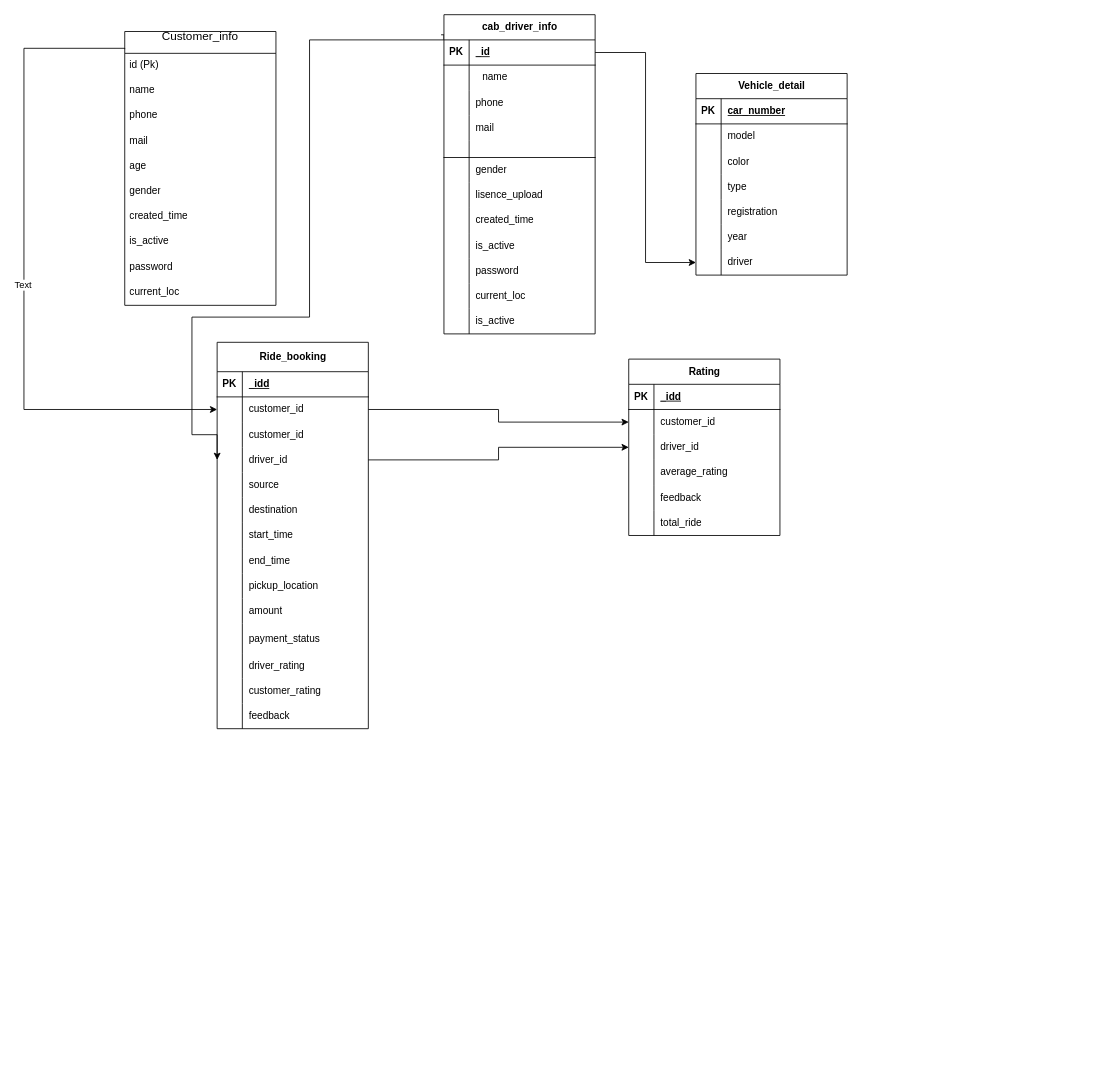
Gauravkr07/sawari_gari-cab-service keeps this draw.io diagram as Untitled Diagram.drawio. Above is the earlier version. Source tidied: cells renumbered, new cells numbered last; positions are measured from the earlier drawing's top-left corner, leaving out a move shared by most shapes. Both pictures are drawn from the tidied source at 84%, with x=0, y=0 at pixel (24, 14). Pictures stored in the file or linked from it are replaced by grey dashed boxes.
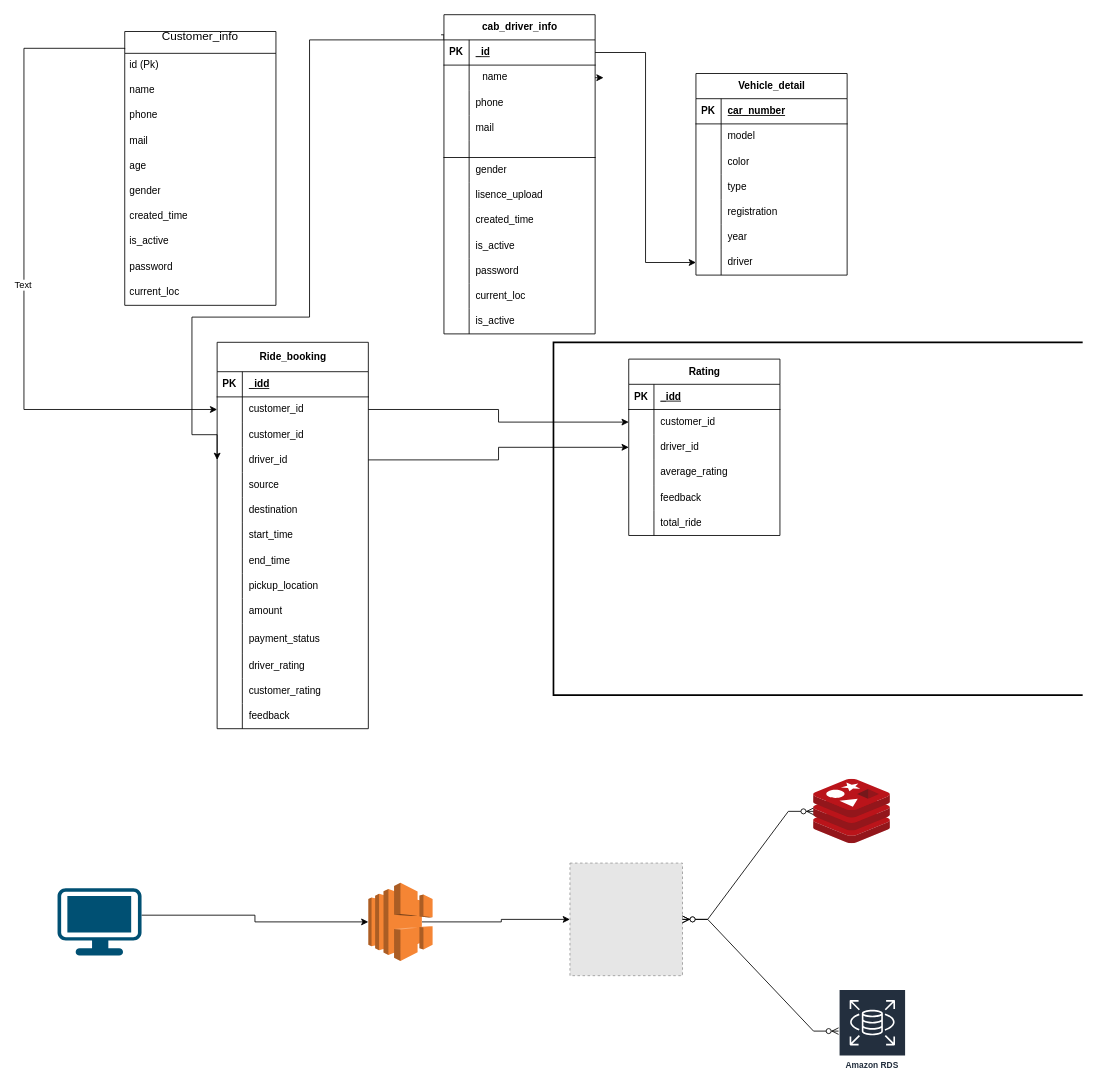
The same page after the edit.

The change refers to these unchanged cells:
```xml
<mxCell id="13" value="name" style="text;strokeColor=none;fillColor=none;spacingLeft=4;spacingRight=4;overflow=hidden;points=[[0,0.5],[1,0.5]];portConstraint=eastwest;fontSize=12;whiteSpace=wrap;html=1;" parent="1" vertex="1">
  <mxGeometry x="540" y="60" width="150" height="30" as="geometry" />
</mxCell>
<mxCell id="107" style="shape=tableRow;horizontal=0;startSize=0;swimlaneHead=0;swimlaneBody=0;fillColor=none;points=[[0,0.5],[1,0.5]];portConstraint=eastwest;top=0;left=0;right=0;bottom=0;" parent="103" vertex="1">
  <mxGeometry y="60" width="180" height="30" as="geometry" />
</mxCell>
```

Change to the diagram source:
```diff
@@
+    <mxCell id="142" style="edgeStyle=orthogonalEdgeStyle;rounded=0;jettySize=auto;html=1;exitX=1;exitY=0.5;exitDx=0;exitDy=0;entryX=1;entryY=0.5;entryDx=0;entryDy=0;" parent="1" edge="1" source="107" target="13">
+      <mxGeometry relative="1" as="geometry" />
+    </mxCell>
+    <mxCell id="143" style="fillColor=#E6E6E6;strokeColor=#999999;dashed=1;html=1;verticalAlign=top;verticalLabelPosition=bottom;labelBackgroundColor=#ffffff;" parent="1" vertex="1">
+      <mxGeometry x="650" y="1010" width="134" height="134" as="geometry" />
+    </mxCell>
+    <mxCell id="144" style="image;sketch=0;html=1;points=[];align=center;fontSize=12;image=img/lib/mscae/Cache_Redis_Product.svg;" parent="1" vertex="1">
+      <mxGeometry x="940" y="910" width="91.4" height="76.8" as="geometry" />
+    </mxCell>
+    <mxCell id="145" style="edgeStyle=orthogonalEdgeStyle;rounded=0;jettySize=auto;html=1;exitX=0.835;exitY=0.5;exitDx=0;exitDy=0;exitPerimeter=0;" parent="1" edge="1" source="146" target="143">
+      <mxGeometry relative="1" as="geometry" />
+    </mxCell>
+    <mxCell id="146" style="outlineConnect=0;dashed=0;verticalLabelPosition=bottom;verticalAlign=top;align=center;html=1;shape=mxgraph.aws3.elastic_load_balancing;fillColor=#F58534;gradientColor=none;" parent="1" vertex="1">
+      <mxGeometry x="410" y="1033.5" width="76.5" height="93" as="geometry" />
+    </mxCell>
+    <mxCell id="147" style="edgeStyle=orthogonalEdgeStyle;rounded=0;jettySize=auto;html=1;exitX=1;exitY=0.4;exitDx=0;exitDy=0;exitPerimeter=0;" parent="1" edge="1" source="148" target="146">
+      <mxGeometry relative="1" as="geometry" />
+    </mxCell>
+    <mxCell id="148" style="points=[[0.03,0.03,0],[0.5,0,0],[0.97,0.03,0],[1,0.4,0],[0.97,0.745,0],[0.5,1,0],[0.03,0.745,0],[0,0.4,0]];verticalLabelPosition=bottom;sketch=0;html=1;verticalAlign=top;align=center;shape=mxgraph.cisco19.workstation;fillColor=#005073;strokeColor=none;" parent="1" vertex="1">
+      <mxGeometry x="40" y="1040" width="100" height="80" as="geometry" />
+    </mxCell>
+    <mxCell id="149" style="strokeWidth=2;html=1;shape=mxgraph.flowchart.annotation_1;align=left;" parent="1" vertex="1">
+      <mxGeometry x="630.4" y="390" width="630" height="420" as="geometry" />
+    </mxCell>
+    <mxCell id="150" style="edgeStyle=entityRelationEdgeStyle;fontSize=12;html=1;endArrow=ERzeroToMany;endFill=1;startArrow=ERzeroToMany;rounded=0;" parent="1" edge="1" source="143" target="144">
+      <mxGeometry relative="1" as="geometry" />
+    </mxCell>
+    <mxCell id="151" style="edgeStyle=entityRelationEdgeStyle;fontSize=12;html=1;endArrow=ERzeroToMany;endFill=1;startArrow=ERzeroToMany;rounded=0;" parent="1" edge="1" source="143" target="152">
+      <mxGeometry relative="1" as="geometry">
+        <Array as="points">
+          <mxPoint x="720" y="1100" />
+          <mxPoint x="916" y="1302" />
+          <mxPoint x="940" y="1210" />
+          <mxPoint x="950" y="1200" />
+          <mxPoint x="850" y="1210" />
+          <mxPoint x="850" y="1170" />
+        </Array>
+      </mxGeometry>
+    </mxCell>
+    <mxCell id="152" value="Amazon RDS" style="sketch=0;outlineConnect=0;fontColor=#232F3E;gradientColor=none;strokeColor=#ffffff;fillColor=#232F3E;dashed=0;verticalLabelPosition=middle;verticalAlign=bottom;align=center;html=1;whiteSpace=wrap;fontSize=10;fontStyle=1;spacing=3;shape=mxgraph.aws4.productIcon;prIcon=mxgraph.aws4.rds;" parent="1" vertex="1">
+      <mxGeometry x="970" y="1160" width="80" height="100" as="geometry" />
+    </mxCell>
```
